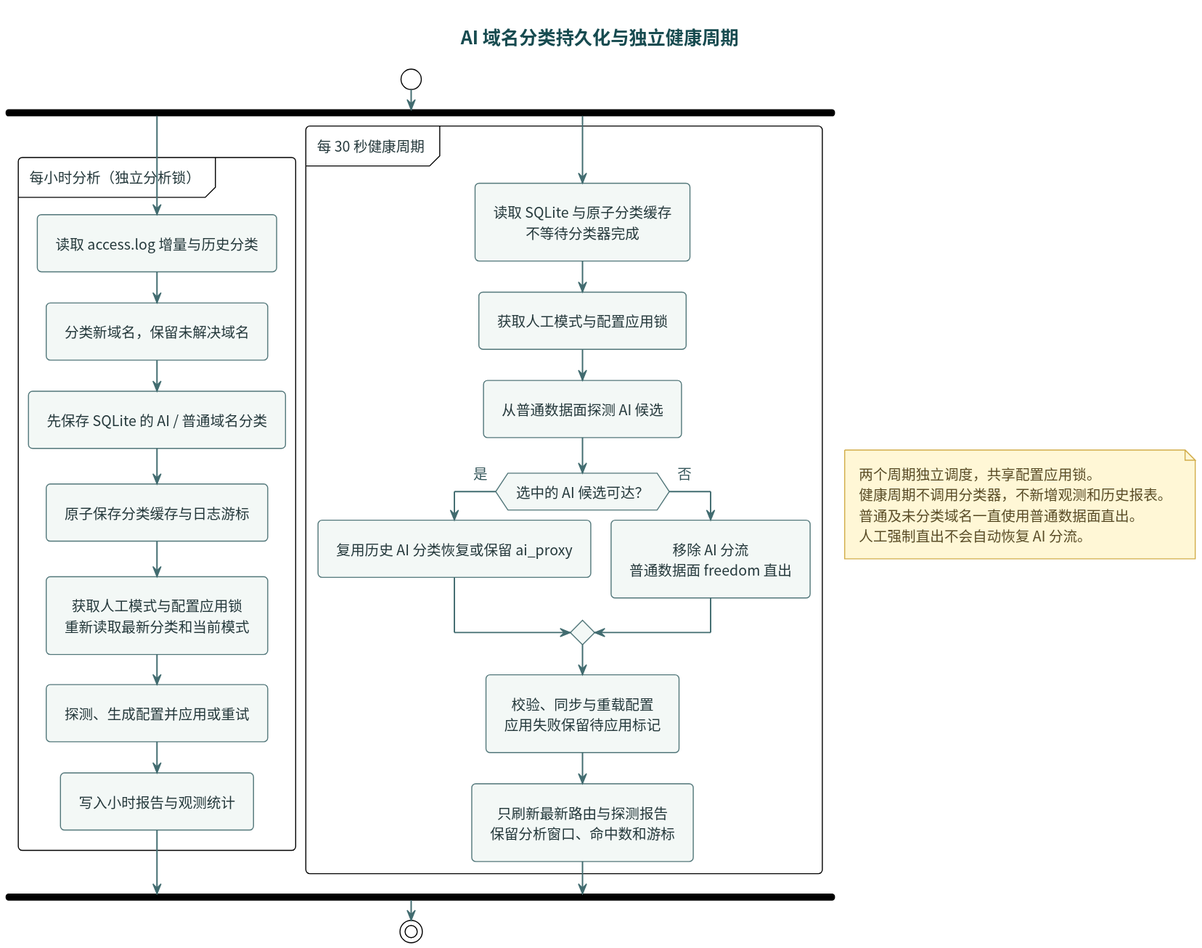
i-zrhe2016/ai-routing-panel keeps this PlantUML diagram as docs/diagrams/ai-hourly-analysis.svg. Above is the earlier version.
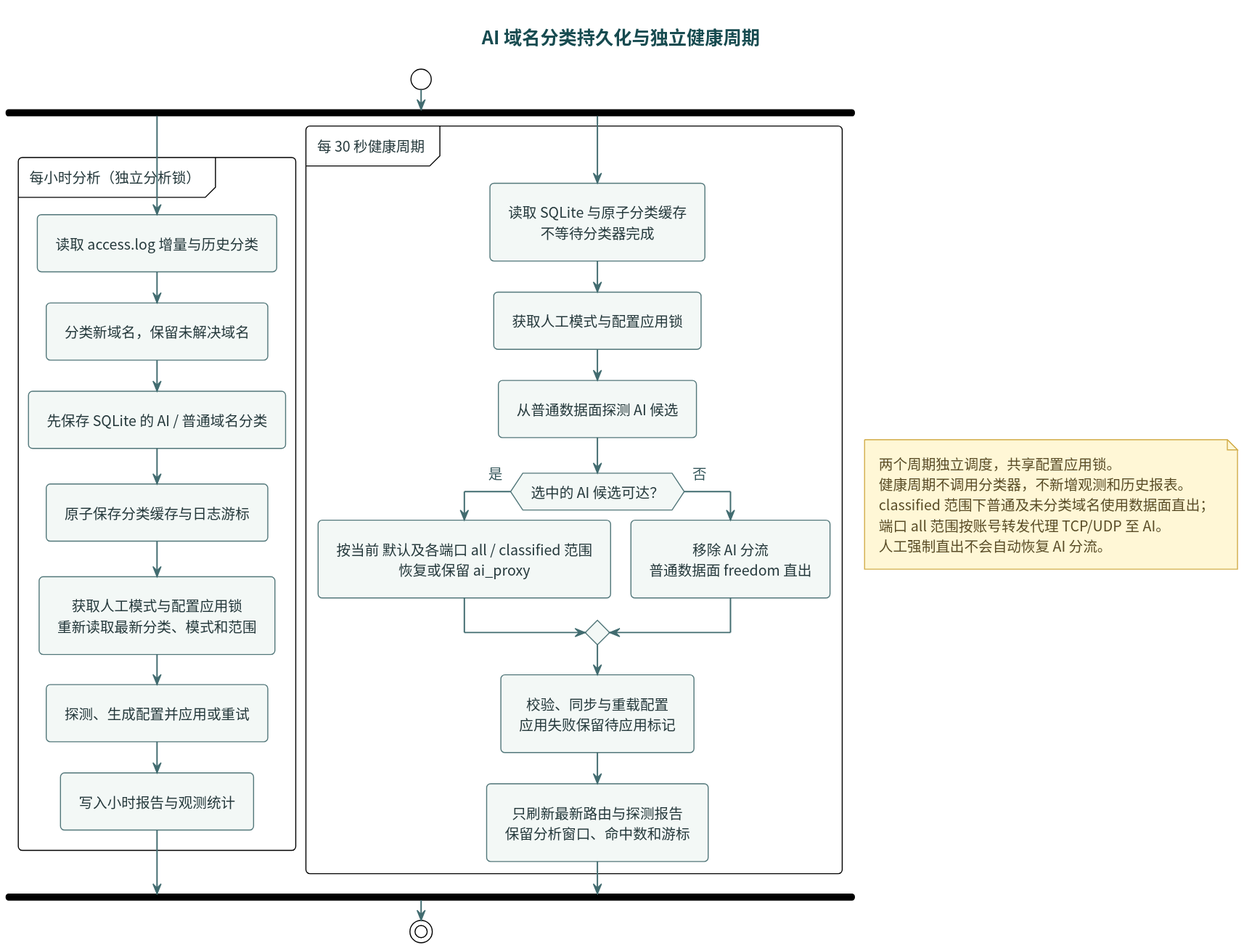
After the commit.

The edit, as a diff of the source:
```diff
@@ -10,7 +10,7 @@
   :先保存 SQLite 的 AI / 普通域名分类;
   :原子保存分类缓存与日志游标;
   :获取人工模式与配置应用锁
-重新读取最新分类和当前模式;
+重新读取最新分类、模式和范围;
   :探测、生成配置并应用或重试;
   :写入小时报告与观测统计;
 }
@@ -21,7 +21,8 @@
   :获取人工模式与配置应用锁;
   :从普通数据面探测 AI 候选;
   if (选中的 AI 候选可达？) then (是)
-    :复用历史 AI 分类恢复或保留 ai_proxy;
+    :按当前 默认及各端口 all / classified 范围
+恢复或保留 ai_proxy;
   else (否)
     :移除 AI 分流
 普通数据面 freedom 直出;
@@ -35,7 +36,8 @@
 note right
   两个周期独立调度，共享配置应用锁。
   健康周期不调用分类器，不新增观测和历史报表。
-  普通及未分类域名一直使用普通数据面直出。
+  classified 范围下普通及未分类域名使用数据面直出；
+  端口 all 范围按账号转发代理 TCP/UDP 至 AI。
   人工强制直出不会自动恢复 AI 分流。
 end note
 stop
```
